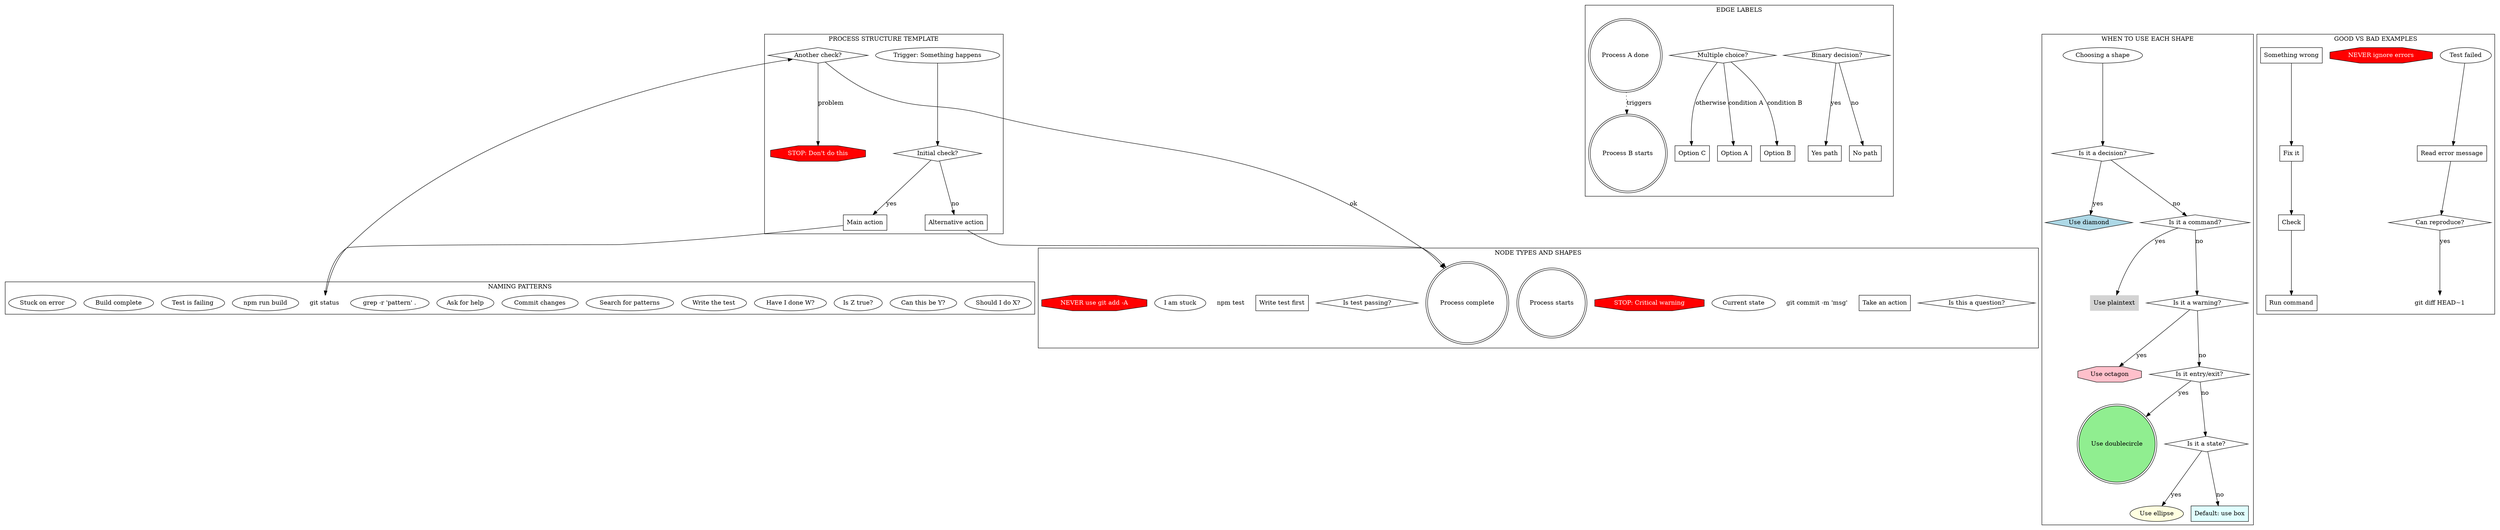
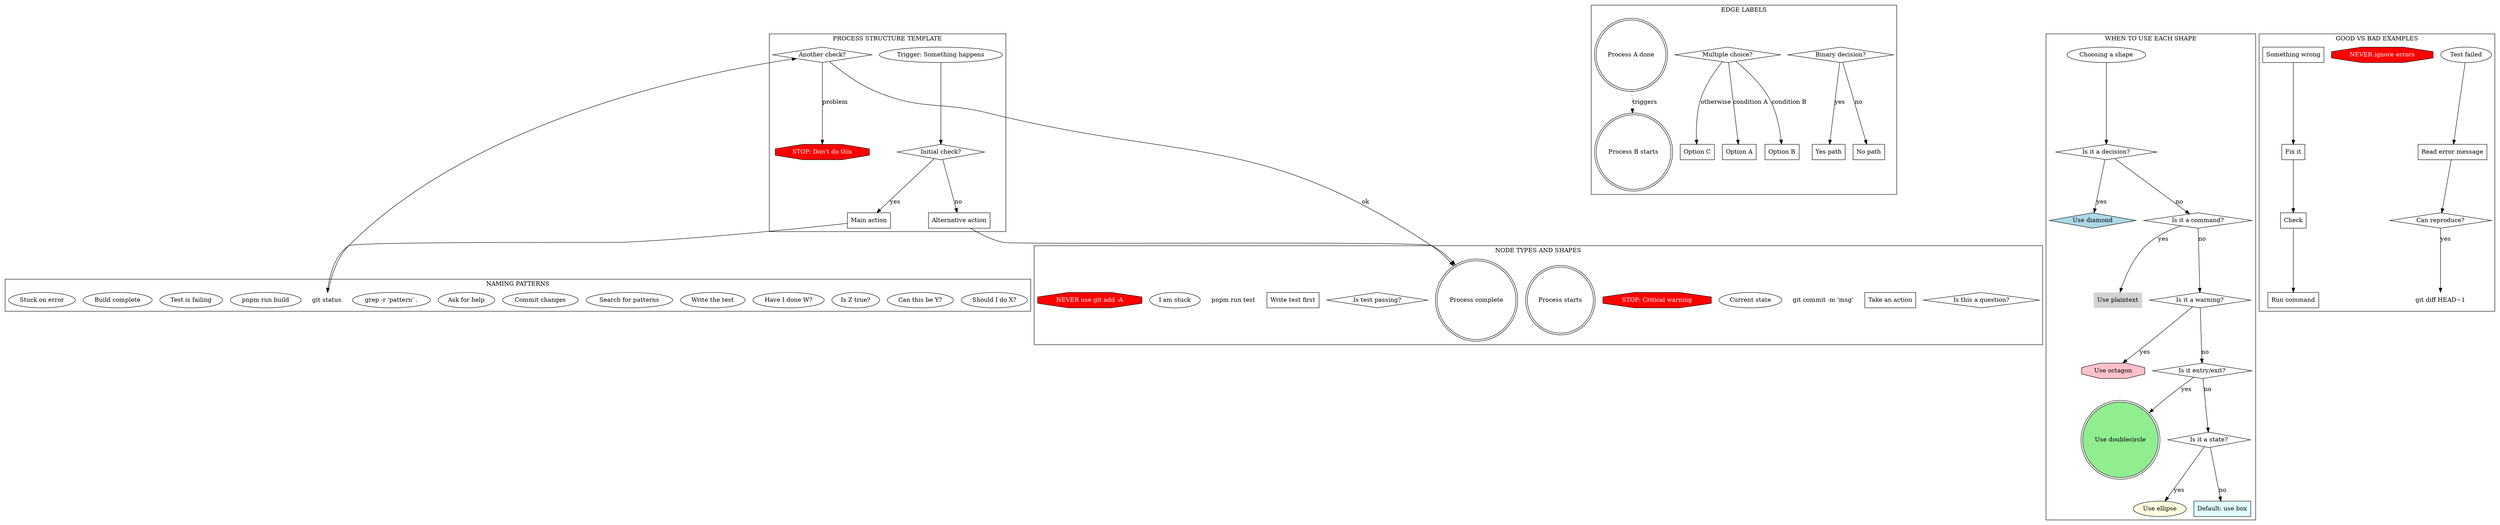
digraph STYLE_GUIDE {
    // The style guide for our process DSL, written in the DSL itself

    // Node type examples with their shapes
    subgraph cluster_node_types {
        label="NODE TYPES AND SHAPES";

        // Questions are diamonds
        "Is this a question?" [shape=diamond];

        // Actions are boxes (default)
        "Take an action" [shape=box];

        // Commands are plaintext
        "git commit -m 'msg'" [shape=plaintext];

        // States are ellipses
        "Current state" [shape=ellipse];

        // Warnings are octagons
        "STOP: Critical warning" [shape=octagon, style=filled, fillcolor=red, fontcolor=white];

        // Entry/exit are double circles
        "Process starts" [shape=doublecircle];
        "Process complete" [shape=doublecircle];

        // Examples of each
        "Is test passing?" [shape=diamond];
        "Write test first" [shape=box];
-         "npm test" [shape=plaintext];
+         "pnpm run test" [shape=plaintext];
        "I am stuck" [shape=ellipse];
        "NEVER use git add -A" [shape=octagon, style=filled, fillcolor=red, fontcolor=white];
    }

    // Edge naming conventions
    subgraph cluster_edge_types {
        label="EDGE LABELS";

        "Binary decision?" [shape=diamond];
        "Yes path" [shape=box];
        "No path" [shape=box];

        "Binary decision?" -> "Yes path" [label="yes"];
        "Binary decision?" -> "No path" [label="no"];

        "Multiple choice?" [shape=diamond];
        "Option A" [shape=box];
        "Option B" [shape=box];
        "Option C" [shape=box];

        "Multiple choice?" -> "Option A" [label="condition A"];
        "Multiple choice?" -> "Option B" [label="condition B"];
        "Multiple choice?" -> "Option C" [label="otherwise"];

        "Process A done" [shape=doublecircle];
        "Process B starts" [shape=doublecircle];

        "Process A done" -> "Process B starts" [label="triggers", style=dotted];
    }

    // Naming patterns
    subgraph cluster_naming_patterns {
        label="NAMING PATTERNS";

        // Questions end with ?
        "Should I do X?";
        "Can this be Y?";
        "Is Z true?";
        "Have I done W?";

        // Actions start with verb
        "Write the test";
        "Search for patterns";
        "Commit changes";
        "Ask for help";

        // Commands are literal
        "grep -r 'pattern' .";
        "git status";
-         "npm run build";
+         "pnpm run build";

        // States describe situation
        "Test is failing";
        "Build complete";
        "Stuck on error";
    }

    // Process structure template
    subgraph cluster_structure {
        label="PROCESS STRUCTURE TEMPLATE";

        "Trigger: Something happens" [shape=ellipse];
        "Initial check?" [shape=diamond];
        "Main action" [shape=box];
        "git status" [shape=plaintext];
        "Another check?" [shape=diamond];
        "Alternative action" [shape=box];
        "STOP: Don't do this" [shape=octagon, style=filled, fillcolor=red, fontcolor=white];
        "Process complete" [shape=doublecircle];

        "Trigger: Something happens" -> "Initial check?";
        "Initial check?" -> "Main action" [label="yes"];
        "Initial check?" -> "Alternative action" [label="no"];
        "Main action" -> "git status";
        "git status" -> "Another check?";
        "Another check?" -> "Process complete" [label="ok"];
        "Another check?" -> "STOP: Don't do this" [label="problem"];
        "Alternative action" -> "Process complete";
    }

    // When to use which shape
    subgraph cluster_shape_rules {
        label="WHEN TO USE EACH SHAPE";

        "Choosing a shape" [shape=ellipse];

        "Is it a decision?" [shape=diamond];
        "Use diamond" [shape=diamond, style=filled, fillcolor=lightblue];

        "Is it a command?" [shape=diamond];
        "Use plaintext" [shape=plaintext, style=filled, fillcolor=lightgray];

        "Is it a warning?" [shape=diamond];
        "Use octagon" [shape=octagon, style=filled, fillcolor=pink];

        "Is it entry/exit?" [shape=diamond];
        "Use doublecircle" [shape=doublecircle, style=filled, fillcolor=lightgreen];

        "Is it a state?" [shape=diamond];
        "Use ellipse" [shape=ellipse, style=filled, fillcolor=lightyellow];

        "Default: use box" [shape=box, style=filled, fillcolor=lightcyan];

        "Choosing a shape" -> "Is it a decision?";
        "Is it a decision?" -> "Use diamond" [label="yes"];
        "Is it a decision?" -> "Is it a command?" [label="no"];
        "Is it a command?" -> "Use plaintext" [label="yes"];
        "Is it a command?" -> "Is it a warning?" [label="no"];
        "Is it a warning?" -> "Use octagon" [label="yes"];
        "Is it a warning?" -> "Is it entry/exit?" [label="no"];
        "Is it entry/exit?" -> "Use doublecircle" [label="yes"];
        "Is it entry/exit?" -> "Is it a state?" [label="no"];
        "Is it a state?" -> "Use ellipse" [label="yes"];
        "Is it a state?" -> "Default: use box" [label="no"];
    }

    // Good vs bad examples
    subgraph cluster_examples {
        label="GOOD VS BAD EXAMPLES";

        // Good: specific and shaped correctly
        "Test failed" [shape=ellipse];
        "Read error message" [shape=box];
        "Can reproduce?" [shape=diamond];
        "git diff HEAD~1" [shape=plaintext];
        "NEVER ignore errors" [shape=octagon, style=filled, fillcolor=red, fontcolor=white];

        "Test failed" -> "Read error message";
        "Read error message" -> "Can reproduce?";
        "Can reproduce?" -> "git diff HEAD~1" [label="yes"];

        // Bad: vague and wrong shapes
        bad_1 [label="Something wrong", shape=box];  // Should be ellipse (state)
        bad_2 [label="Fix it", shape=box];  // Too vague
        bad_3 [label="Check", shape=box];  // Should be diamond
        bad_4 [label="Run command", shape=box];  // Should be plaintext with actual command

        bad_1 -> bad_2;
        bad_2 -> bad_3;
        bad_3 -> bad_4;
    }
- }+ }
